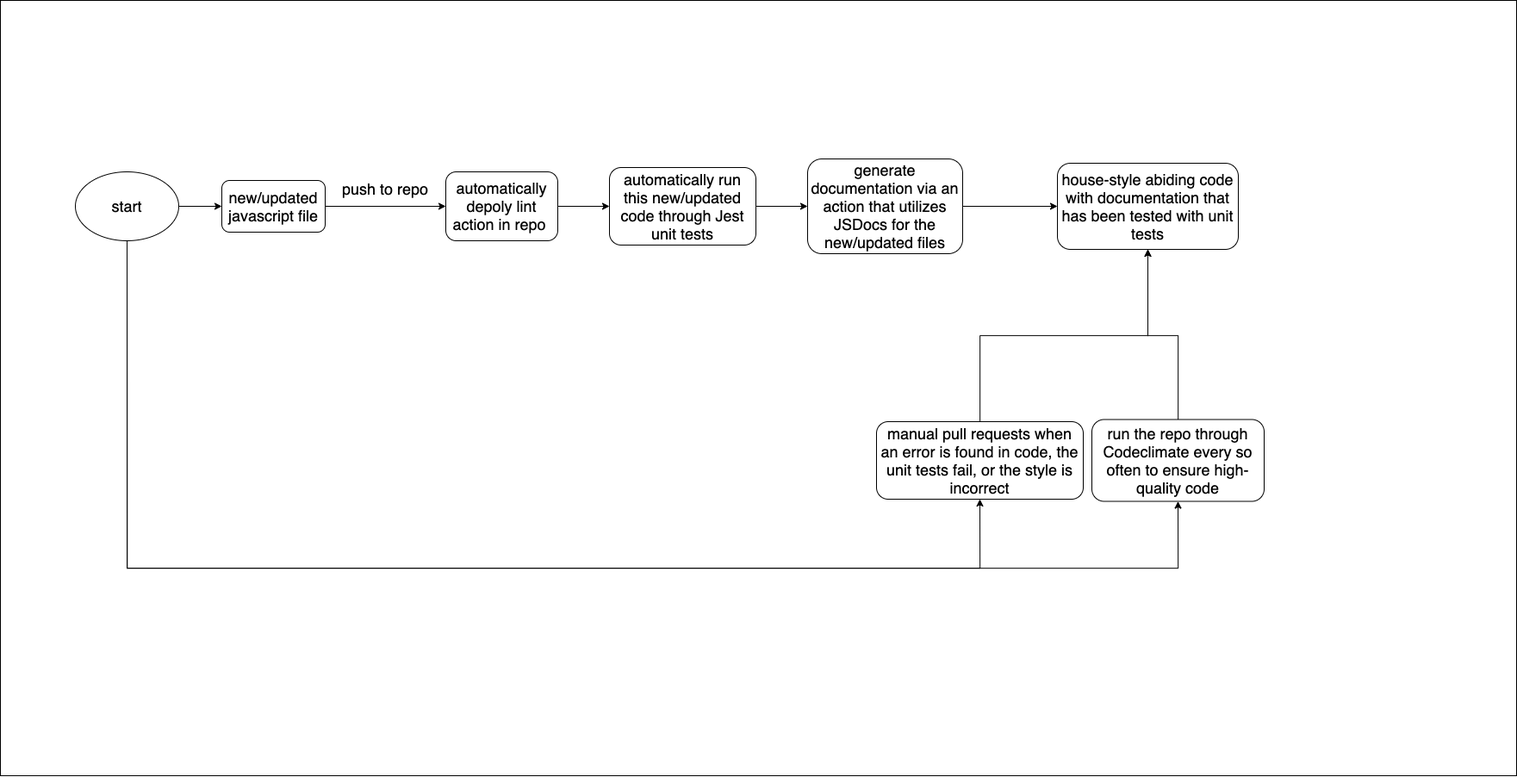
Max-Edelson/Bullet-Journal keeps this draw.io diagram as CI/ci_pipeline.drawio.png. Above is the earlier version. Source tidied: cells renumbered, new cells last; positions are measured from the earlier drawing's top-left corner, leaving out a move shared by most shapes.
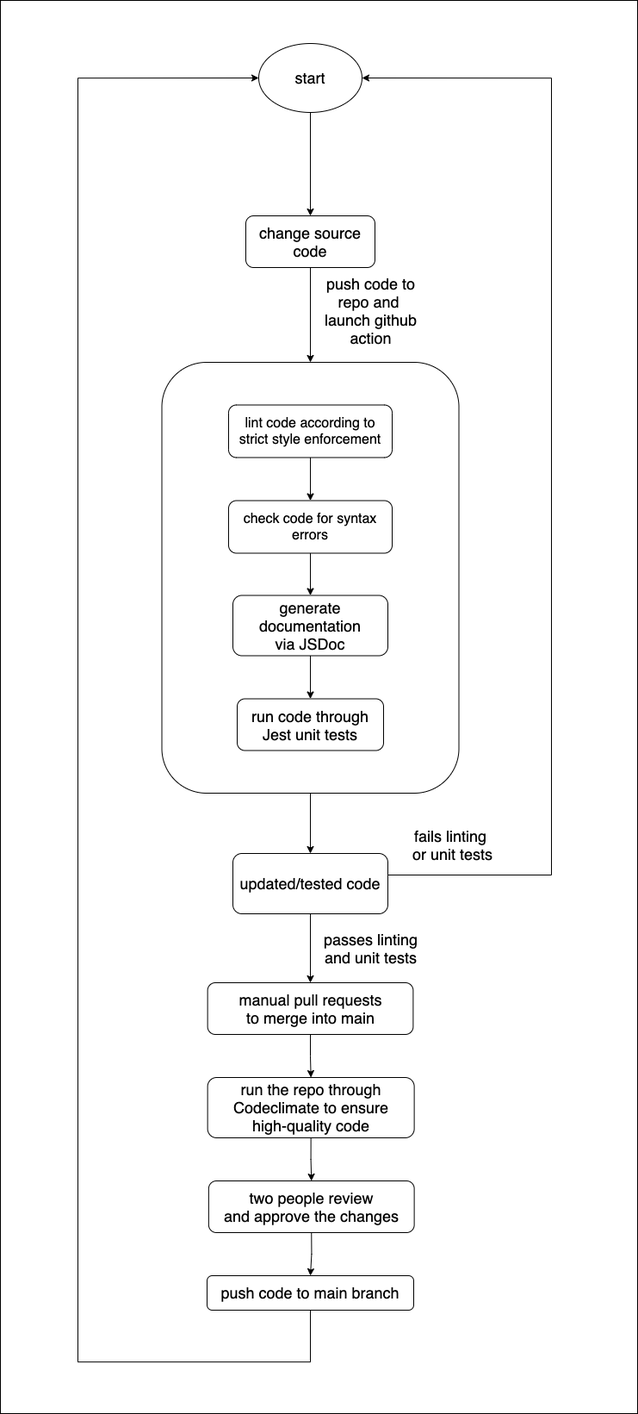
The same diagram one commit later.

Commit message:
updated agenda for 05-24 project meeting and pipeline diagram

The edit, as a diff of the source:
```diff
@@ -2,82 +2,100 @@
   <root>
     <mxCell id="0" />
     <mxCell id="1" parent="0" />
-    <mxCell id="2" style="rounded=0;whiteSpace=wrap;html=1;" parent="1" vertex="1">
-      <mxGeometry width="1760" height="900" as="geometry" />
-    </mxCell>
+    <mxCell id="21" style="rounded=0;whiteSpace=wrap;html=1;" parent="1" vertex="1">
+      <mxGeometry x="390" y="-30" width="740" height="1640" as="geometry" />
+    </mxCell>
-    <mxCell id="3" style="edgeStyle=orthogonalEdgeStyle;rounded=0;jettySize=auto;html=1;entryX=0;entryY=0.5;entryDx=0;entryDy=0;" parent="1" edge="1" source="4" target="10">
+    <mxCell id="3" style="edgeStyle=orthogonalEdgeStyle;rounded=0;jettySize=auto;html=1;exitX=0.5;exitY=1;exitDx=0;exitDy=0;entryX=0.5;entryY=0;entryDx=0;entryDy=0;" parent="1" edge="1" source="4" target="10">
       <mxGeometry relative="1" as="geometry" />
     </mxCell>
-    <mxCell id="4" value="&lt;font style=&quot;font-size: 18px&quot;&gt;new/updated javascript file&lt;/font&gt;" style="rounded=1;whiteSpace=wrap;html=1;" parent="1" vertex="1">
-      <mxGeometry x="257" y="209" width="120" height="60" as="geometry" />
+    <mxCell id="4" value="&lt;font style=&quot;font-size: 18px&quot;&gt;change source code&lt;/font&gt;" style="rounded=1;whiteSpace=wrap;html=1;" parent="1" vertex="1">
+      <mxGeometry x="675" y="220" width="150" height="60" as="geometry" />
     </mxCell>
-    <mxCell id="5" style="edgeStyle=orthogonalEdgeStyle;rounded=0;jettySize=auto;html=1;entryX=0;entryY=0.5;entryDx=0;entryDy=0;" parent="1" edge="1" source="8" target="4">
+    <mxCell id="5" style="edgeStyle=orthogonalEdgeStyle;rounded=0;jettySize=auto;html=1;entryX=0.5;entryY=0;entryDx=0;entryDy=0;exitX=0.5;exitY=1;exitDx=0;exitDy=0;" parent="1" edge="1" source="8" target="4">
       <mxGeometry relative="1" as="geometry" />
     </mxCell>
-    <mxCell id="6" style="edgeStyle=orthogonalEdgeStyle;rounded=0;jettySize=auto;html=1;entryX=0.5;entryY=1;entryDx=0;entryDy=0;" parent="1" edge="1" source="8" target="18">
-      <mxGeometry relative="1" as="geometry">
-        <Array as="points">
-          <mxPoint x="147" y="659" />
-          <mxPoint x="1137" y="659" />
-        </Array>
-      </mxGeometry>
-    </mxCell>
-    <mxCell id="7" style="edgeStyle=orthogonalEdgeStyle;rounded=0;jettySize=auto;html=1;entryX=0.5;entryY=1;entryDx=0;entryDy=0;" parent="1" edge="1" source="8" target="20">
-      <mxGeometry relative="1" as="geometry">
-        <Array as="points">
-          <mxPoint x="147" y="659" />
-          <mxPoint x="1367" y="659" />
-        </Array>
-      </mxGeometry>
-    </mxCell>
     <mxCell id="8" value="&lt;font style=&quot;font-size: 18px&quot;&gt;start&lt;/font&gt;" style="ellipse;whiteSpace=wrap;html=1;" parent="1" vertex="1">
-      <mxGeometry x="87" y="199" width="120" height="80" as="geometry" />
+      <mxGeometry x="690" y="20" width="120" height="80" as="geometry" />
     </mxCell>
-    <mxCell id="9" style="edgeStyle=orthogonalEdgeStyle;rounded=0;jettySize=auto;html=1;entryX=0;entryY=0.5;entryDx=0;entryDy=0;" parent="1" edge="1" source="10" target="13">
-      <mxGeometry relative="1" as="geometry" />
-    </mxCell>
+    <mxCell id="22" style="edgeStyle=orthogonalEdgeStyle;rounded=0;jettySize=auto;html=1;entryX=0.5;entryY=0;entryDx=0;entryDy=0;" parent="1" edge="1" source="10" target="33">
+      <mxGeometry relative="1" as="geometry" />
+    </mxCell>
-    <mxCell id="10" value="&lt;font style=&quot;font-size: 18px&quot;&gt;automatically depoly lint action in repo&amp;nbsp;&lt;/font&gt;" style="rounded=1;whiteSpace=wrap;html=1;" parent="1" vertex="1">
-      <mxGeometry x="517" y="199" width="130" height="80" as="geometry" />
+    <mxCell id="10" style="rounded=1;whiteSpace=wrap;html=1;" parent="1" vertex="1">
+      <mxGeometry x="577.5" y="390" width="345" height="500" as="geometry" />
     </mxCell>
-    <mxCell id="11" value="&lt;font style=&quot;font-size: 18px&quot;&gt;push to repo&lt;/font&gt;" style="text;html=1;strokeColor=none;fillColor=none;align=center;verticalAlign=middle;whiteSpace=wrap;rounded=0;" parent="1" vertex="1">
-      <mxGeometry x="387" y="209" width="120" height="20" as="geometry" />
-    </mxCell>
-    <mxCell id="12" style="edgeStyle=orthogonalEdgeStyle;rounded=0;jettySize=auto;html=1;entryX=0;entryY=0.5;entryDx=0;entryDy=0;" parent="1" edge="1" source="13" target="15">
-      <mxGeometry relative="1" as="geometry" />
-    </mxCell>
-    <mxCell id="13" value="&lt;font style=&quot;font-size: 18px&quot;&gt;automatically run this new/updated code through Jest unit tests&lt;/font&gt;" style="rounded=1;whiteSpace=wrap;html=1;" parent="1" vertex="1">
-      <mxGeometry x="707" y="194" width="170" height="90" as="geometry" />
+    <mxCell id="13" value="&lt;font style=&quot;font-size: 18px&quot;&gt;run code through Jest unit tests&lt;/font&gt;" style="rounded=1;whiteSpace=wrap;html=1;" parent="1" vertex="1">
+      <mxGeometry x="665" y="780.5" width="170" height="60" as="geometry" />
     </mxCell>
-    <mxCell id="14" style="edgeStyle=orthogonalEdgeStyle;rounded=0;jettySize=auto;html=1;entryX=0;entryY=0.5;entryDx=0;entryDy=0;" parent="1" edge="1" source="15" target="16">
-      <mxGeometry relative="1" as="geometry" />
-    </mxCell>
+    <mxCell id="23" style="edgeStyle=orthogonalEdgeStyle;rounded=0;jettySize=auto;html=1;entryX=0.5;entryY=0;entryDx=0;entryDy=0;" parent="1" edge="1" source="15" target="13">
+      <mxGeometry relative="1" as="geometry" />
+    </mxCell>
-    <mxCell id="15" value="&lt;font style=&quot;font-size: 18px&quot;&gt;generate documentation via an action that utilizes JSDocs for the new/updated files&lt;/font&gt;" style="rounded=1;whiteSpace=wrap;html=1;" parent="1" vertex="1">
-      <mxGeometry x="937" y="184" width="180" height="110" as="geometry" />
+    <mxCell id="15" value="&lt;font style=&quot;font-size: 18px&quot;&gt;generate documentation&lt;br&gt;via JSDoc&lt;/font&gt;" style="rounded=1;whiteSpace=wrap;html=1;" parent="1" vertex="1">
+      <mxGeometry x="660" y="660.5" width="180" height="70" as="geometry" />
     </mxCell>
-    <mxCell id="16" value="&lt;font style=&quot;font-size: 18px&quot;&gt;house-style abiding code with documentation that has been tested with unit tests&lt;/font&gt;" style="rounded=1;whiteSpace=wrap;html=1;" parent="1" vertex="1">
-      <mxGeometry x="1227" y="189" width="210" height="100" as="geometry" />
-    </mxCell>
-    <mxCell id="17" style="edgeStyle=orthogonalEdgeStyle;rounded=0;jettySize=auto;html=1;entryX=0.5;entryY=1;entryDx=0;entryDy=0;" parent="1" edge="1" source="18" target="16">
-      <mxGeometry relative="1" as="geometry">
-        <Array as="points">
-          <mxPoint x="1137" y="389" />
-          <mxPoint x="1332" y="389" />
-        </Array>
-      </mxGeometry>
-    </mxCell>
+    <mxCell id="24" style="edgeStyle=orthogonalEdgeStyle;rounded=0;jettySize=auto;html=1;exitX=0.5;exitY=1;exitDx=0;exitDy=0;entryX=0.5;entryY=0;entryDx=0;entryDy=0;" parent="1" edge="1" source="18" target="20">
+      <mxGeometry relative="1" as="geometry" />
+    </mxCell>
-    <mxCell id="18" value="&lt;font style=&quot;font-size: 18px&quot;&gt;manual pull requests when an error is found in code, the unit tests fail, or the style is incorrect&lt;/font&gt;" style="rounded=1;whiteSpace=wrap;html=1;" parent="1" vertex="1">
-      <mxGeometry x="1017" y="489" width="240" height="90" as="geometry" />
+    <mxCell id="18" value="&lt;font style=&quot;font-size: 18px&quot;&gt;manual pull requests&lt;br&gt;to merge into main&lt;br&gt;&lt;/font&gt;" style="rounded=1;whiteSpace=wrap;html=1;" parent="1" vertex="1">
+      <mxGeometry x="630.6" y="1110" width="238.8" height="60" as="geometry" />
     </mxCell>
-    <mxCell id="19" style="edgeStyle=orthogonalEdgeStyle;rounded=0;jettySize=auto;html=1;entryX=0.5;entryY=1;entryDx=0;entryDy=0;" parent="1" edge="1" source="20" target="16">
-      <mxGeometry relative="1" as="geometry">
-        <Array as="points">
-          <mxPoint x="1367" y="389" />
-          <mxPoint x="1332" y="389" />
-        </Array>
-      </mxGeometry>
-    </mxCell>
+    <mxCell id="25" style="edgeStyle=orthogonalEdgeStyle;rounded=0;jettySize=auto;html=1;exitX=0.5;exitY=1;exitDx=0;exitDy=0;entryX=0.5;entryY=0;entryDx=0;entryDy=0;" parent="1" edge="1" source="20" target="39">
+      <mxGeometry relative="1" as="geometry" />
+    </mxCell>
-    <mxCell id="20" value="&lt;font style=&quot;font-size: 18px&quot;&gt;run the repo through Codeclimate every so often to ensure high-quality code&lt;/font&gt;" style="rounded=1;whiteSpace=wrap;html=1;" parent="1" vertex="1">
-      <mxGeometry x="1267" y="486.5" width="200" height="95" as="geometry" />
+    <mxCell id="20" value="&lt;font style=&quot;font-size: 18px&quot;&gt;run the repo through Codeclimate to ensure&lt;br&gt;high-quality code&lt;/font&gt;" style="rounded=1;whiteSpace=wrap;html=1;" parent="1" vertex="1">
+      <mxGeometry x="630.6" y="1220" width="240" height="70" as="geometry" />
     </mxCell>
+    <mxCell id="26" value="&lt;font style=&quot;font-size: 18px&quot;&gt;push code to&lt;br&gt;repo and &lt;br&gt;launch github&lt;br&gt;action&lt;/font&gt;" style="text;html=1;align=center;verticalAlign=middle;" parent="1" vertex="1">
+      <mxGeometry x="760" y="295" width="120" height="70" as="geometry" />
+    </mxCell>
+    <mxCell id="27" style="edgeStyle=orthogonalEdgeStyle;rounded=0;jettySize=auto;html=1;" parent="1" edge="1" source="28" target="30">
+      <mxGeometry relative="1" as="geometry" />
+    </mxCell>
+    <mxCell id="28" value="&lt;font size=&quot;3&quot;&gt;lint code according to strict style enforcement&lt;/font&gt;" style="rounded=1;whiteSpace=wrap;html=1;" parent="1" vertex="1">
+      <mxGeometry x="655" y="439.5" width="190" height="61" as="geometry" />
+    </mxCell>
+    <mxCell id="29" style="edgeStyle=orthogonalEdgeStyle;rounded=0;jettySize=auto;html=1;exitX=0.5;exitY=1;exitDx=0;exitDy=0;entryX=0.5;entryY=0;entryDx=0;entryDy=0;" parent="1" edge="1" source="30" target="15">
+      <mxGeometry relative="1" as="geometry" />
+    </mxCell>
+    <mxCell id="30" value="&lt;font size=&quot;3&quot;&gt;check code for syntax errors&lt;/font&gt;" style="rounded=1;whiteSpace=wrap;html=1;" parent="1" vertex="1">
+      <mxGeometry x="655" y="550.5" width="190" height="61" as="geometry" />
+    </mxCell>
+    <mxCell id="31" style="edgeStyle=orthogonalEdgeStyle;rounded=0;jettySize=auto;html=1;entryX=1;entryY=0.5;entryDx=0;entryDy=0;" parent="1" edge="1" source="33" target="8">
+      <mxGeometry relative="1" as="geometry">
+        <Array as="points">
+          <mxPoint x="1030" y="985" />
+          <mxPoint x="1030" y="60" />
+        </Array>
+      </mxGeometry>
+    </mxCell>
+    <mxCell id="32" style="edgeStyle=orthogonalEdgeStyle;rounded=0;jettySize=auto;html=1;exitX=0.5;exitY=1;exitDx=0;exitDy=0;entryX=0.5;entryY=0;entryDx=0;entryDy=0;" parent="1" edge="1" source="33" target="18">
+      <mxGeometry relative="1" as="geometry" />
+    </mxCell>
+    <mxCell id="33" value="&lt;span style=&quot;font-size: 18px&quot;&gt;updated/tested code&lt;/span&gt;" style="rounded=1;whiteSpace=wrap;html=1;" parent="1" vertex="1">
+      <mxGeometry x="660" y="960" width="180" height="70" as="geometry" />
+    </mxCell>
+    <mxCell id="34" value="&lt;font style=&quot;font-size: 18px&quot;&gt;fails linting &lt;br&gt;or unit tests&lt;/font&gt;" style="text;html=1;align=center;verticalAlign=middle;" parent="1" vertex="1">
+      <mxGeometry x="860" y="930" width="110" height="40" as="geometry" />
+    </mxCell>
+    <mxCell id="35" style="edgeStyle=orthogonalEdgeStyle;rounded=0;jettySize=auto;html=1;exitX=0.5;exitY=1;exitDx=0;exitDy=0;entryX=0;entryY=0.5;entryDx=0;entryDy=0;" parent="1" edge="1" source="36" target="8">
+      <mxGeometry relative="1" as="geometry">
+        <Array as="points">
+          <mxPoint x="750" y="1550" />
+          <mxPoint x="480" y="1550" />
+          <mxPoint x="480" y="60" />
+        </Array>
+      </mxGeometry>
+    </mxCell>
+    <mxCell id="36" value="&lt;span style=&quot;font-size: 18px&quot;&gt;push code to main branch&lt;br&gt;&lt;/span&gt;" style="rounded=1;whiteSpace=wrap;html=1;" parent="1" vertex="1">
+      <mxGeometry x="630" y="1450" width="240" height="40" as="geometry" />
+    </mxCell>
+    <mxCell id="37" value="&lt;font style=&quot;font-size: 18px&quot;&gt;passes linting&lt;br&gt;and unit tests&lt;br&gt;&lt;/font&gt;" style="text;html=1;align=center;verticalAlign=middle;" parent="1" vertex="1">
+      <mxGeometry x="760" y="1050" width="120" height="40" as="geometry" />
+    </mxCell>
+    <mxCell id="38" style="edgeStyle=orthogonalEdgeStyle;rounded=0;jettySize=auto;html=1;exitX=0.5;exitY=1;exitDx=0;exitDy=0;entryX=0.5;entryY=0;entryDx=0;entryDy=0;" parent="1" edge="1" source="39" target="36">
+      <mxGeometry relative="1" as="geometry" />
+    </mxCell>
+    <mxCell id="39" value="&lt;font style=&quot;font-size: 18px&quot;&gt;two people review&lt;br&gt;and approve the changes&lt;br&gt;&lt;/font&gt;" style="rounded=1;whiteSpace=wrap;html=1;" parent="1" vertex="1">
+      <mxGeometry x="631.9" y="1340" width="238.8" height="60" as="geometry" />
+    </mxCell>
   </root>
 </mxGraphModel>
```
